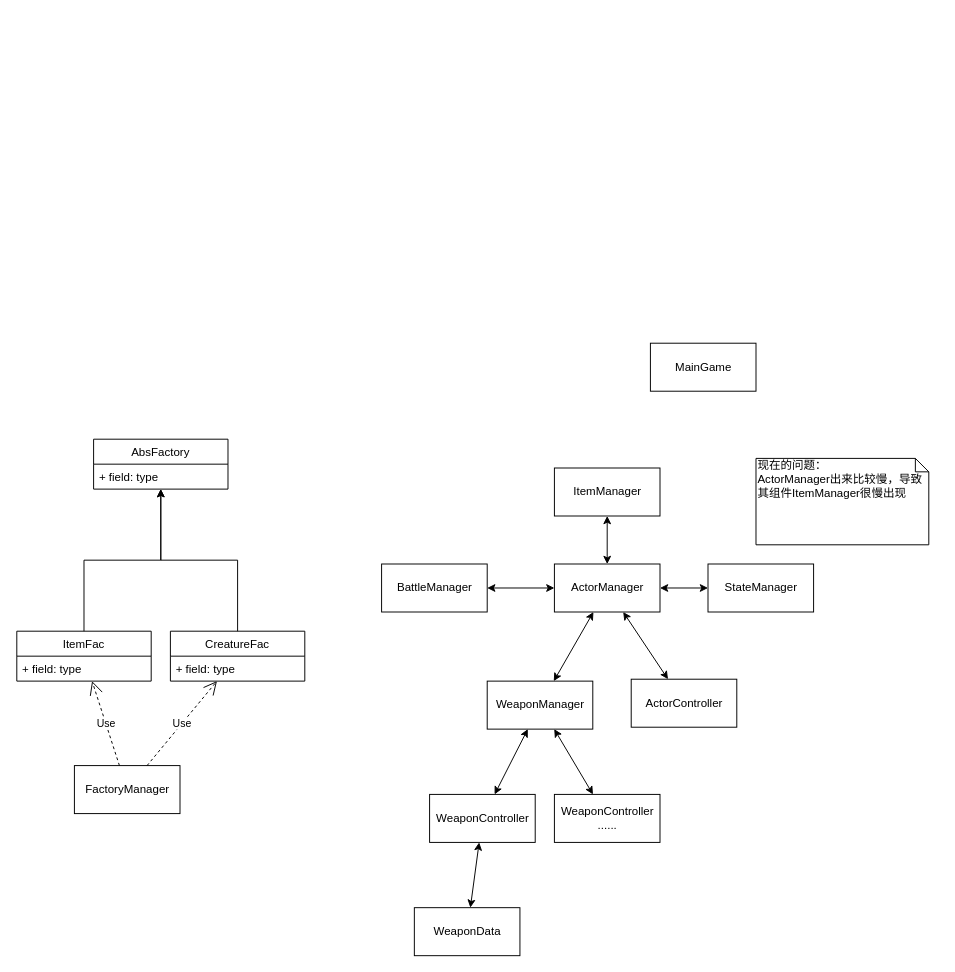
This is GameFramework.drawio from gatzai/DrawioStorage, a draw.io file, before an edit. Source tidied: cells renumbered, new cells numbered last; positions are measured from the earlier drawing's top-left corner, leaving out a move shared by most shapes. Both pictures are drawn from the tidied source at 96%, with x=0, y=0 at pixel (16, 343).
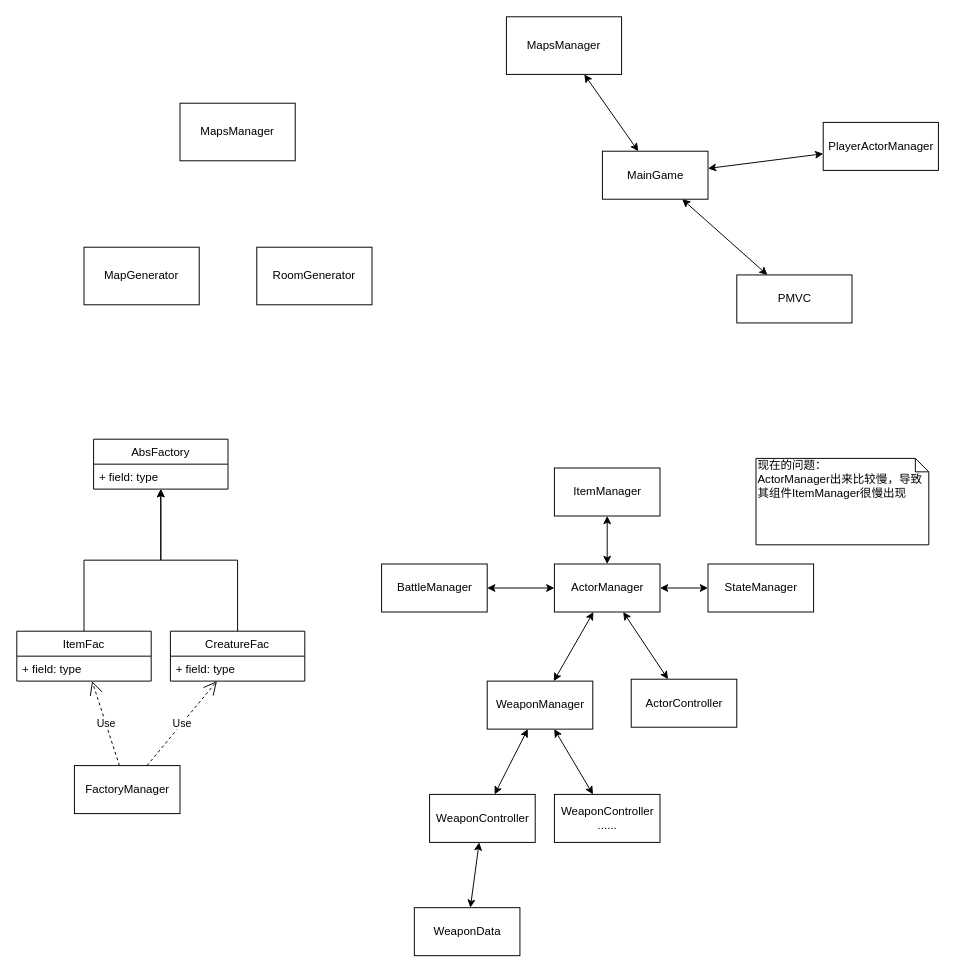
After the change.

Change to the diagram source:
```diff
@@
     <mxCell id="2" value="MainGame" style="html=1;" parent="1" vertex="1">
-      <mxGeometry x="660" width="110" height="50" as="geometry" />
+      <mxGeometry x="610" y="-200" width="110" height="50" as="geometry" />
     </mxCell>
@@
+    <mxCell id="32" value="MapsManager" style="rounded=0;whiteSpace=wrap;html=1;" parent="1" vertex="1">
+      <mxGeometry x="510" y="-340" width="120" height="60" as="geometry" />
+    </mxCell>
+    <mxCell id="33" value="MapGenerator" style="rounded=0;whiteSpace=wrap;html=1;" parent="1" vertex="1">
+      <mxGeometry x="70" y="-100" width="120" height="60" as="geometry" />
+    </mxCell>
+    <mxCell id="34" value="RoomGenerator" style="rounded=0;whiteSpace=wrap;html=1;" parent="1" vertex="1">
+      <mxGeometry x="250" y="-100" width="120" height="60" as="geometry" />
+    </mxCell>
+    <mxCell id="35" style="endArrow=classic;startArrow=classic;html=1;" parent="1" edge="1" source="2" target="36">
+      <mxGeometry relative="1" as="geometry" />
+    </mxCell>
+    <mxCell id="36" value="PlayerActorManager" style="html=1;" parent="1" vertex="1">
+      <mxGeometry x="840" y="-230" width="120" height="50" as="geometry" />
+    </mxCell>
+    <mxCell id="37" style="endArrow=classic;startArrow=classic;html=1;" parent="1" edge="1" source="2" target="38">
+      <mxGeometry relative="1" as="geometry" />
+    </mxCell>
+    <mxCell id="38" value="PMVC" style="html=1;" parent="1" vertex="1">
+      <mxGeometry x="750" y="-71.1" width="120" height="50" as="geometry" />
+    </mxCell>
+    <mxCell id="39" style="endArrow=classic;startArrow=classic;html=1;" parent="1" edge="1" source="32" target="2">
+      <mxGeometry relative="1" as="geometry" />
+    </mxCell>
+    <mxCell id="40" value="MapsManager" style="rounded=0;whiteSpace=wrap;html=1;" parent="1" vertex="1">
+      <mxGeometry x="170" y="-250" width="120" height="60" as="geometry" />
+    </mxCell>
```
